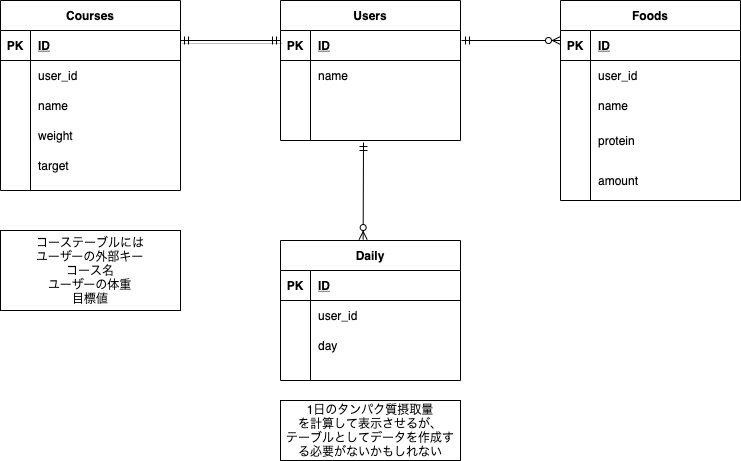
Earlier version of the draw.io export health.drawio.png (kousueke/health-b). Source tidied: cells renumbered, new cells last; positions are measured from the earlier drawing's top-left corner, leaving out a move shared by most shapes.
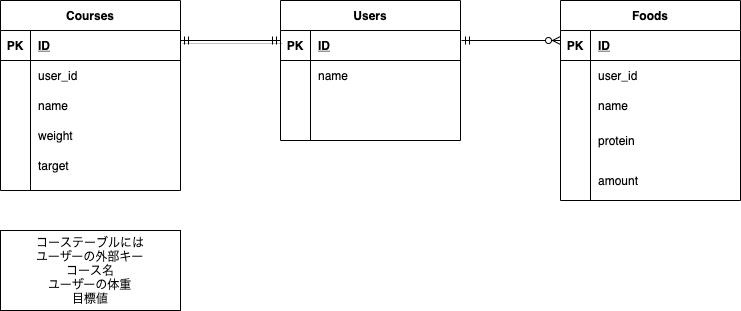
The same diagram one commit later.

The edit, as a diff of the source:
```diff
@@ -158,52 +158,5 @@
         <mxPoint x="560" y="40" as="targetPoint" />
       </mxGeometry>
     </mxCell>
-    <mxCell id="51" value="Daily" style="shape=table;startSize=30;rowLines=0;fontStyle=1;align=center;" parent="1" vertex="1">
-      <mxGeometry x="280" y="240" width="180" height="140" as="geometry" />
-    </mxCell>
-    <mxCell id="52" style="shape=partialRectangle;fillColor=none;top=0;left=0;bottom=1;right=0;" parent="51" vertex="1">
-      <mxGeometry y="30" width="180" height="30" as="geometry" />
-    </mxCell>
-    <mxCell id="53" value="PK" style="shape=partialRectangle;fillColor=none;top=0;left=0;bottom=0;right=0;fontStyle=1;overflow=hidden;" parent="52" vertex="1">
-      <mxGeometry width="30" height="30" as="geometry" />
-    </mxCell>
-    <mxCell id="54" value="ID" style="shape=partialRectangle;fillColor=none;top=0;left=0;bottom=0;right=0;align=left;spacingLeft=6;fontStyle=5;overflow=hidden;" parent="52" vertex="1">
-      <mxGeometry x="30" width="150" height="30" as="geometry" />
-    </mxCell>
-    <mxCell id="55" style="shape=partialRectangle;fillColor=none;top=0;left=0;bottom=0;right=0;" parent="51" vertex="1">
-      <mxGeometry y="60" width="180" height="30" as="geometry" />
-    </mxCell>
-    <mxCell id="56" style="shape=partialRectangle;fillColor=none;top=0;left=0;bottom=0;right=0;overflow=hidden;" parent="55" vertex="1">
-      <mxGeometry width="30" height="30" as="geometry" />
-    </mxCell>
-    <mxCell id="57" value="user_id" style="shape=partialRectangle;fillColor=none;top=0;left=0;bottom=0;right=0;align=left;spacingLeft=6;overflow=hidden;" parent="55" vertex="1">
-      <mxGeometry x="30" width="150" height="30" as="geometry" />
-    </mxCell>
-    <mxCell id="58" style="shape=partialRectangle;fillColor=none;top=0;left=0;bottom=0;right=0;" parent="51" vertex="1">
-      <mxGeometry y="90" width="180" height="30" as="geometry" />
-    </mxCell>
-    <mxCell id="59" style="shape=partialRectangle;fillColor=none;top=0;left=0;bottom=0;right=0;overflow=hidden;" parent="58" vertex="1">
-      <mxGeometry width="30" height="30" as="geometry" />
-    </mxCell>
-    <mxCell id="60" value="day" style="shape=partialRectangle;fillColor=none;top=0;left=0;bottom=0;right=0;align=left;spacingLeft=6;overflow=hidden;" parent="58" vertex="1">
-      <mxGeometry x="30" width="150" height="30" as="geometry" />
-    </mxCell>
-    <mxCell id="61" style="shape=partialRectangle;fillColor=none;top=0;left=0;bottom=0;right=0;" parent="51" vertex="1">
-      <mxGeometry y="120" width="180" height="20" as="geometry" />
-    </mxCell>
-    <mxCell id="62" style="shape=partialRectangle;fillColor=none;top=0;left=0;bottom=0;right=0;overflow=hidden;" parent="61" vertex="1">
-      <mxGeometry width="30" height="20" as="geometry" />
-    </mxCell>
-    <mxCell id="63" style="shape=partialRectangle;fillColor=none;top=0;left=0;bottom=0;right=0;align=left;spacingLeft=6;overflow=hidden;" parent="61" vertex="1">
-      <mxGeometry x="30" width="150" height="20" as="geometry" />
-    </mxCell>
-    <mxCell id="64" style="fontSize=12;html=1;endArrow=ERzeroToMany;startArrow=ERmandOne;entryX=0.459;entryY=-0.007;entryDx=0;entryDy=0;entryPerimeter=0;" parent="1" edge="1" target="51">
-      <mxGeometry relative="1" as="geometry">
-        <mxPoint x="363" y="142" as="sourcePoint" />
-      </mxGeometry>
-    </mxCell>
-    <mxCell id="65" value="1日のタンパク質摂取量&lt;br&gt;を計算して表示させるが、&lt;br&gt;テーブルとしてデータを作成する必要がないかもしれない" style="rounded=0;whiteSpace=wrap;html=1;" parent="1" vertex="1">
-      <mxGeometry x="280" y="400" width="180" height="60" as="geometry" />
-    </mxCell>
   </root>
 </mxGraphModel>
```
